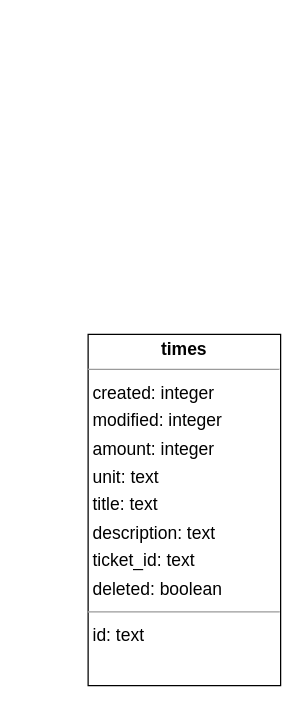
This is Core/Database/DDL/Extensions/Times/Definition.V1.drawio from Helix-Track/Core, a draw.io file, before an edit. Source tidied: cells renumbered, new cells numbered last; positions are measured from the earlier drawing's top-left corner, leaving out a move shared by most shapes. Both pictures are drawn from the tidied source at 125%, with x=0, y=0 at pixel (88, 334).
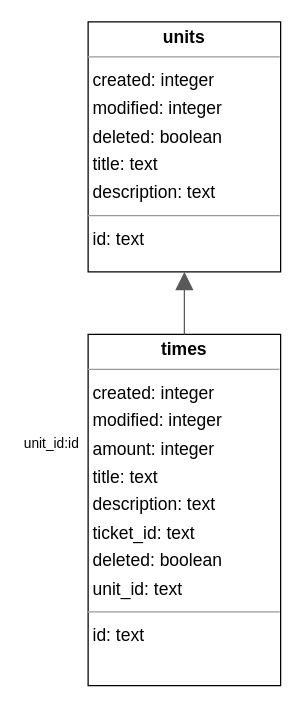
Above is the later version.

Commit message (it also covers changes not shown here):
Time extension - Diagram re-generated.

What changed in the source:
```diff
@@
 <mxGraphModel>
   <root>
     <mxCell id="0" />
     <mxCell id="1" parent="0" />
-    <mxCell id="2" value="&lt;p style=&quot;margin:0px;margin-top:4px;text-align:center;&quot;&gt;&lt;b&gt;times&lt;/b&gt;&lt;/p&gt;&lt;hr size=&quot;1&quot;/&gt;&lt;p style=&quot;margin:0 0 0 4px;line-height:1.6;&quot;&gt; created: integer&lt;br/&gt; modified: integer&lt;br/&gt; amount: integer&lt;br/&gt; unit: text&lt;br/&gt; title: text&lt;br/&gt; description: text&lt;br/&gt; ticket_id: text&lt;br/&gt; deleted: boolean&lt;/p&gt;&lt;hr size=&quot;1&quot;/&gt;&lt;p style=&quot;margin:0 0 0 4px;line-height:1.6;&quot;&gt; id: text&lt;/p&gt;" style="verticalAlign=top;align=left;overflow=fill;fontSize=14;fontFamily=Helvetica;html=1;rounded=0;shadow=0;comic=0;labelBackgroundColor=none;strokeWidth=1;" parent="1" vertex="1">
+    <mxCell id="2" value="&lt;p style=&quot;margin:0px;margin-top:4px;text-align:center;&quot;&gt;&lt;b&gt;times&lt;/b&gt;&lt;/p&gt;&lt;hr size=&quot;1&quot;/&gt;&lt;p style=&quot;margin:0 0 0 4px;line-height:1.6;&quot;&gt; created: integer&lt;br/&gt; modified: integer&lt;br/&gt; amount: integer&lt;br/&gt; title: text&lt;br/&gt; description: text&lt;br/&gt; ticket_id: text&lt;br/&gt; deleted: boolean&lt;br/&gt; unit_id: text&lt;/p&gt;&lt;hr size=&quot;1&quot;/&gt;&lt;p style=&quot;margin:0 0 0 4px;line-height:1.6;&quot;&gt; id: text&lt;/p&gt;" style="verticalAlign=top;align=left;overflow=fill;fontSize=14;fontFamily=Helvetica;html=1;rounded=0;shadow=0;comic=0;labelBackgroundColor=none;strokeWidth=1;" parent="1" vertex="1">
       <mxGeometry width="154" height="281" as="geometry" />
     </mxCell>
+    <mxCell id="3" value="&lt;p style=&quot;margin:0px;margin-top:4px;text-align:center;&quot;&gt;&lt;b&gt;units&lt;/b&gt;&lt;/p&gt;&lt;hr size=&quot;1&quot;/&gt;&lt;p style=&quot;margin:0 0 0 4px;line-height:1.6;&quot;&gt; created: integer&lt;br/&gt; modified: integer&lt;br/&gt; deleted: boolean&lt;br/&gt; title: text&lt;br/&gt; description: text&lt;/p&gt;&lt;hr size=&quot;1&quot;/&gt;&lt;p style=&quot;margin:0 0 0 4px;line-height:1.6;&quot;&gt; id: text&lt;/p&gt;" style="verticalAlign=top;align=left;overflow=fill;fontSize=14;fontFamily=Helvetica;html=1;rounded=0;shadow=0;comic=0;labelBackgroundColor=none;strokeWidth=1;" parent="1" vertex="1">
+      <mxGeometry y="-250" width="154" height="200" as="geometry" />
+    </mxCell>
+    <mxCell id="4" style="html=1;rounded=1;edgeStyle=orthogonalEdgeStyle;dashed=0;startArrow=none;endArrow=block;endSize=12;strokeColor=#595959;exitX=0.500;exitY=0.000;exitDx=0;exitDy=0;entryX=0.500;entryY=1.000;entryDx=0;entryDy=0;" parent="1" edge="1" source="2" target="3">
+      <mxGeometry relative="1" as="geometry" />
+    </mxCell>
+    <mxCell id="5" value="unit_id:id" style="edgeLabel;html=1;align=left;verticalAlign=top;strokeColor=default;" parent="4" vertex="1">
+      <mxGeometry x="-53" y="74" as="geometry" />
+    </mxCell>
   </root>
 </mxGraphModel>
```
